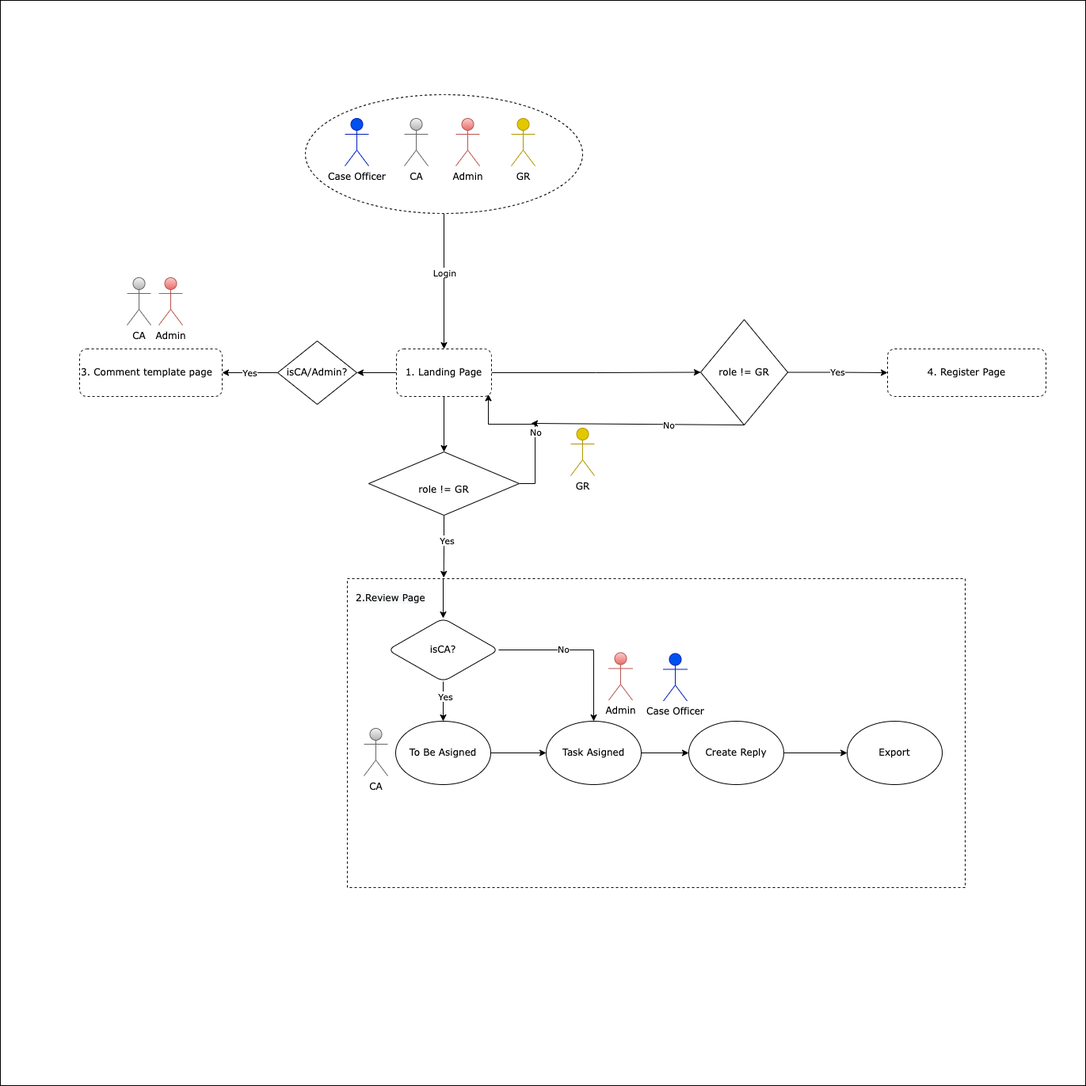
Before: Arch.png, a diagram exported from draw.io (Mowmowj/1990). Source tidied: cells renumbered, new cells last; positions are measured from the earlier drawing's top-left corner, leaving out a move shared by most shapes.
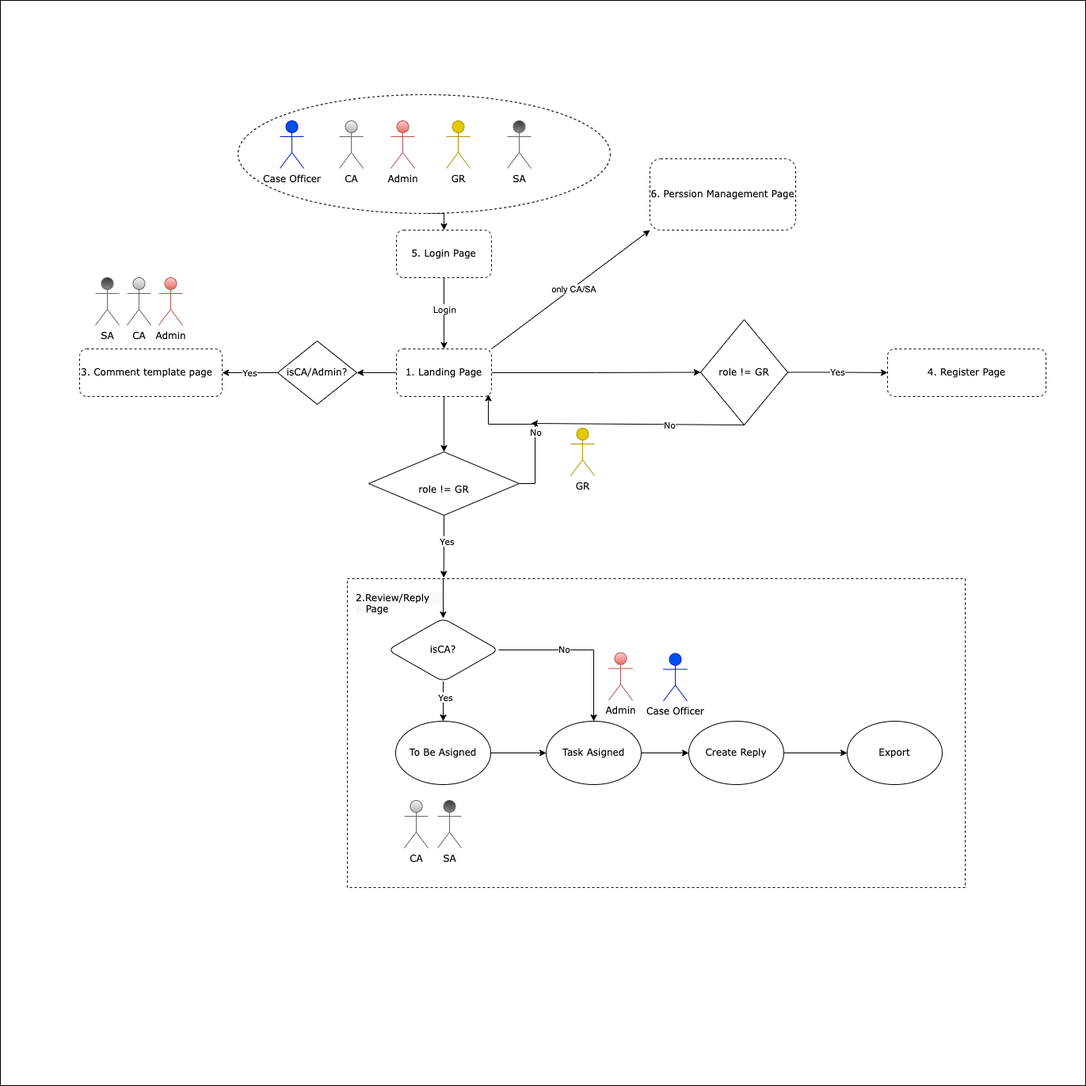
The same diagram one commit later.

Change to the diagram source:
```diff
@@ -5,14 +5,19 @@
     <mxCell id="2" style="whiteSpace=wrap;html=1;fontFamily=Verdana;fontColor=#000000;" parent="1" vertex="1">
       <mxGeometry width="1370" height="1370" as="geometry" />
     </mxCell>
-    <mxCell id="3" style="edgeStyle=orthogonalEdgeStyle;rounded=0;jettySize=auto;html=1;entryX=0.5;entryY=0;entryDx=0;entryDy=0;fontFamily=Verdana;fontColor=#000000;" parent="1" edge="1" source="5" target="9">
-      <mxGeometry relative="1" as="geometry" />
+    <mxCell id="3" style="edgeStyle=orthogonalEdgeStyle;rounded=0;jettySize=auto;html=1;entryX=0.5;entryY=0;entryDx=0;entryDy=0;fontFamily=Verdana;fontColor=#000000;" parent="1" edge="1" target="9">
+      <mxGeometry relative="1" as="geometry">
+        <mxPoint x="560" y="350" as="sourcePoint" />
+      </mxGeometry>
     </mxCell>
     <mxCell id="4" value="Login" style="edgeLabel;html=1;align=center;verticalAlign=middle;fontFamily=Verdana;fontColor=#000000;" parent="3" vertex="1">
       <mxGeometry x="-0.13" relative="1" as="geometry" />
     </mxCell>
+    <mxCell id="53" style="edgeStyle=orthogonalEdgeStyle;rounded=0;jettySize=auto;html=1;exitX=0.5;exitY=1;exitDx=0;exitDy=0;entryX=0.5;entryY=0;entryDx=0;entryDy=0;" parent="1" edge="1" source="5" target="55">
+      <mxGeometry relative="1" as="geometry" />
+    </mxCell>
     <mxCell id="5" style="ellipse;whiteSpace=wrap;html=1;dashed=1;fontFamily=Verdana;fontColor=#000000;" parent="1" vertex="1">
-      <mxGeometry x="385" y="119" width="350" height="150" as="geometry" />
+      <mxGeometry x="300" y="119" width="470" height="150" as="geometry" />
     </mxCell>
     <mxCell id="6" style="edgeStyle=orthogonalEdgeStyle;rounded=0;jettySize=auto;html=1;fontFamily=Verdana;fontColor=#000000;" parent="1" edge="1" source="9" target="15">
       <mxGeometry relative="1" as="geometry" />
@@ -63,8 +68,8 @@
     <mxCell id="20" style="rounded=0;whiteSpace=wrap;html=1;fontFamily=Verdana;fontColor=#000000;dashed=1;" parent="19" vertex="1">
       <mxGeometry width="780" height="390" as="geometry" />
     </mxCell>
-    <mxCell id="21" value="&lt;meta charset=&quot;utf-8&quot;&gt;&lt;span style=&quot;color: rgb(0, 0, 0); font-family: Verdana; font-size: 12px; font-style: normal; font-variant-ligatures: normal; font-variant-caps: normal; font-weight: 400; letter-spacing: normal; orphans: 2; text-align: center; text-indent: 0px; text-transform: none; widows: 2; word-spacing: 0px; -webkit-text-stroke-width: 0px; background-color: rgb(248, 249, 250); text-decoration-thickness: initial; text-decoration-style: initial; text-decoration-color: initial; float: none; display: inline !important;&quot;&gt;2.Review Page&lt;/span&gt;" style="text;whiteSpace=wrap;html=1;fontFamily=Verdana;fontColor=#000000;" parent="19" vertex="1">
-      <mxGeometry x="9.4" y="11.5" width="112.8" height="45.9" as="geometry" />
+    <mxCell id="21" value="&lt;span style=&quot;color: rgb(0, 0, 0); font-family: Verdana; font-size: 12px; font-style: normal; font-variant-ligatures: normal; font-variant-caps: normal; font-weight: 400; letter-spacing: normal; orphans: 2; text-align: center; text-indent: 0px; text-transform: none; widows: 2; word-spacing: 0px; -webkit-text-stroke-width: 0px; background-color: rgb(248, 249, 250); text-decoration-thickness: initial; text-decoration-style: initial; text-decoration-color: initial; float: none; display: inline !important;&quot;&gt;2.Review/Reply&amp;nbsp; &amp;nbsp; &amp;nbsp; &amp;nbsp; &amp;nbsp;Page&lt;/span&gt;" style="text;whiteSpace=wrap;html=1;fontFamily=Verdana;fontColor=#000000;" parent="19" vertex="1">
+      <mxGeometry x="9.4" y="11.5" width="120.6" height="45.9" as="geometry" />
     </mxCell>
     <mxCell id="22" style="endArrow=classic;html=1;rounded=0;fontFamily=Verdana;fontColor=#000000;entryX=0.5;entryY=0;entryDx=0;entryDy=0;" parent="19" edge="1" target="26">
       <mxGeometry relative="1" as="geometry">
@@ -78,8 +83,11 @@
       <mxGeometry x="399" y="94.5" width="30" height="60" as="geometry" />
     </mxCell>
     <mxCell id="25" value="CA" style="shape=umlActor;verticalLabelPosition=bottom;verticalAlign=top;html=1;fontFamily=Verdana;fillColor=#f5f5f5;strokeColor=#666666;gradientColor=#b3b3b3;" parent="19" vertex="1">
-      <mxGeometry x="21" y="189" width="30" height="60" as="geometry" />
+      <mxGeometry x="72" y="280" width="30" height="60" as="geometry" />
     </mxCell>
+    <mxCell id="54" value="SA" style="shape=umlActor;verticalLabelPosition=bottom;verticalAlign=top;html=1;fontFamily=Verdana;fillColor=#383838;strokeColor=#666666;gradientColor=#878787;" parent="19" vertex="1">
+      <mxGeometry x="114" y="280" width="30" height="60" as="geometry" />
+    </mxCell>
     <mxCell id="26" value="isCA?" style="rhombus;whiteSpace=wrap;html=1;fontFamily=Verdana;rounded=1;" parent="18" vertex="1">
       <mxGeometry x="51" y="50" width="140" height="80" as="geometry" />
     </mxCell>
@@ -124,16 +132,16 @@
       <mxGeometry x="100" y="440" width="180" height="60" as="geometry" />
     </mxCell>
     <mxCell id="39" value="CA" style="shape=umlActor;verticalLabelPosition=bottom;verticalAlign=top;html=1;fontFamily=Verdana;fillColor=#f5f5f5;strokeColor=#666666;gradientColor=#b3b3b3;" parent="1" vertex="1">
-      <mxGeometry x="510" y="149" width="30" height="60" as="geometry" />
+      <mxGeometry x="428" y="152" width="30" height="60" as="geometry" />
     </mxCell>
     <mxCell id="40" value="&lt;font color=&quot;#000000&quot;&gt;Case Officer&lt;/font&gt;" style="shape=umlActor;verticalLabelPosition=bottom;verticalAlign=top;html=1;fontFamily=Verdana;fillColor=#0050ef;fontColor=#ffffff;strokeColor=#001DBC;" parent="1" vertex="1">
-      <mxGeometry x="435" y="149" width="30" height="60" as="geometry" />
+      <mxGeometry x="353" y="152" width="30" height="60" as="geometry" />
     </mxCell>
     <mxCell id="41" value="Admin" style="shape=umlActor;verticalLabelPosition=bottom;verticalAlign=top;html=1;fontFamily=Verdana;fillColor=#f8cecc;strokeColor=#b85450;gradientColor=#ea6b66;" parent="1" vertex="1">
-      <mxGeometry x="575" y="149" width="30" height="60" as="geometry" />
+      <mxGeometry x="493" y="152" width="30" height="60" as="geometry" />
     </mxCell>
     <mxCell id="42" value="GR" style="shape=umlActor;verticalLabelPosition=bottom;verticalAlign=top;html=1;fontFamily=Verdana;fillColor=#e3c800;fontColor=#000000;strokeColor=#B09500;" parent="1" vertex="1">
-      <mxGeometry x="645" y="149" width="30" height="60" as="geometry" />
+      <mxGeometry x="563" y="152" width="30" height="60" as="geometry" />
     </mxCell>
     <mxCell id="43" value="CA" style="shape=umlActor;verticalLabelPosition=bottom;verticalAlign=top;html=1;fontFamily=Verdana;fillColor=#f5f5f5;strokeColor=#666666;gradientColor=#b3b3b3;" parent="1" vertex="1">
       <mxGeometry x="160" y="350" width="30" height="60" as="geometry" />
@@ -169,5 +177,23 @@
     <mxCell id="52" value="No" style="edgeLabel;html=1;align=center;verticalAlign=middle;fontFamily=Verdana;fontColor=#000000;" parent="51" vertex="1">
       <mxGeometry x="-0.29" relative="1" as="geometry" />
     </mxCell>
+    <mxCell id="55" value="5. Login Page" style="rounded=1;whiteSpace=wrap;html=1;fontFamily=Verdana;dashed=1;" parent="1" vertex="1">
+      <mxGeometry x="500" y="290" width="120" height="60" as="geometry" />
+    </mxCell>
+    <mxCell id="56" style="endArrow=classic;html=1;rounded=0;exitX=1;exitY=0;exitDx=0;exitDy=0;entryX=0;entryY=1;entryDx=0;entryDy=0;" parent="1" edge="1" source="9" target="58">
+      <mxGeometry relative="1" as="geometry" />
+    </mxCell>
+    <mxCell id="57" value="only CA/SA" style="edgeLabel;html=1;align=center;verticalAlign=middle;" parent="56" vertex="1">
+      <mxGeometry x="0.03" y="-2" relative="1" as="geometry" />
+    </mxCell>
+    <mxCell id="58" value="6. Perssion Management Page" style="rounded=1;whiteSpace=wrap;html=1;fontFamily=Verdana;dashed=1;" parent="1" vertex="1">
+      <mxGeometry x="820" y="200" width="184" height="90" as="geometry" />
+    </mxCell>
+    <mxCell id="59" value="SA" style="shape=umlActor;verticalLabelPosition=bottom;verticalAlign=top;html=1;fontFamily=Verdana;fillColor=#383838;strokeColor=#666666;gradientColor=#878787;" parent="1" vertex="1">
+      <mxGeometry x="640" y="152" width="30" height="60" as="geometry" />
+    </mxCell>
+    <mxCell id="60" value="SA" style="shape=umlActor;verticalLabelPosition=bottom;verticalAlign=top;html=1;fontFamily=Verdana;fillColor=#383838;strokeColor=#666666;gradientColor=#878787;" parent="1" vertex="1">
+      <mxGeometry x="120" y="350" width="30" height="60" as="geometry" />
+    </mxCell>
   </root>
 </mxGraphModel>
```
